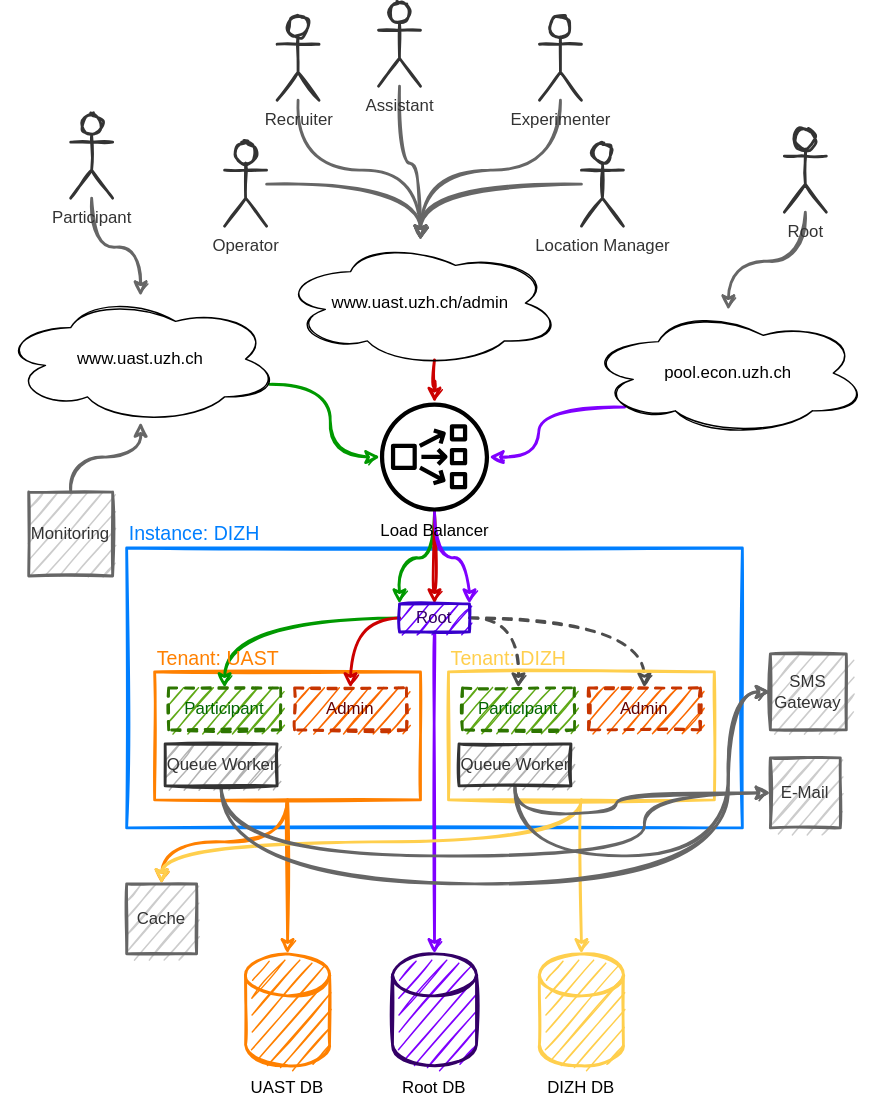
This is doc/images/overview.drawio.svg from uzh/z-pool-tool, a draw.io export, as it was before one commit. Source tidied: cells renumbered, new cells last; positions are measured from the earlier drawing's top-left corner, leaving out a move shared by most shapes.
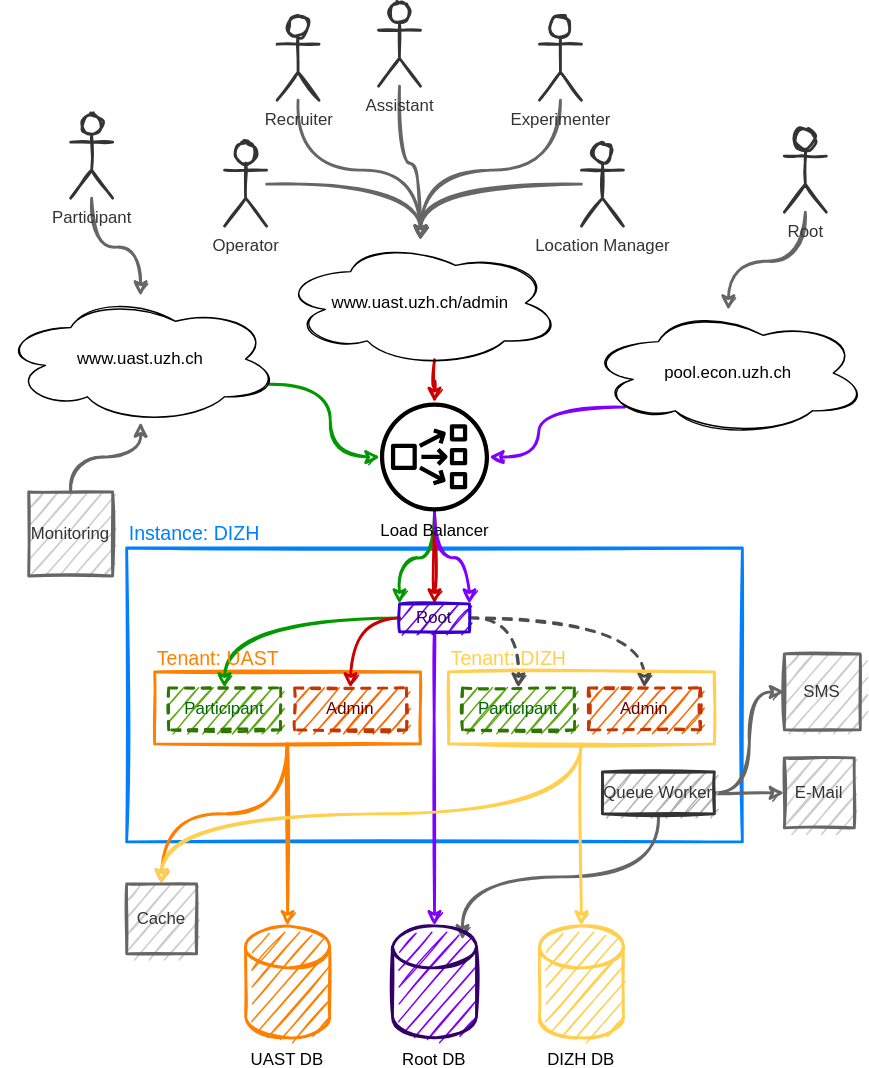
The same file after the commit.

Commit message:
extract queue worker from tenants

What changed in the source:
```diff
@@ -3,8 +3,13 @@
     <mxCell id="0" />
     <mxCell id="1" parent="0" />
     <mxCell id="2" style="rounded=0;whiteSpace=wrap;html=1;shadow=0;glass=0;sketch=1;strokeWidth=2;fillColor=none;strokeColor=#007FFF;" parent="1" vertex="1">
-      <mxGeometry x="90" y="390" width="440" height="200" as="geometry" />
+      <mxGeometry x="90" y="390" width="440" height="210" as="geometry" />
     </mxCell>
+    <mxCell id="60" style="edgeStyle=orthogonalEdgeStyle;curved=1;sketch=1;jettySize=auto;html=1;exitX=0.5;exitY=1;exitDx=0;exitDy=0;strokeColor=#666666;strokeWidth=2;" parent="1" edge="1" source="39">
+      <mxGeometry relative="1" as="geometry">
+        <mxPoint x="330" y="670" as="targetPoint" />
+      </mxGeometry>
+    </mxCell>
     <mxCell id="3" style="edgeStyle=orthogonalEdgeStyle;curved=1;rounded=0;sketch=1;jettySize=auto;html=1;exitX=0.5;exitY=1;exitDx=0;exitDy=0;fontColor=#330066;startArrow=none;startFill=0;endArrow=classic;endFill=1;strokeWidth=2;fillColor=#fa6800;strokeColor=#FF8000;" parent="1" edge="1" source="5" target="10">
       <mxGeometry relative="1" as="geometry" />
     </mxCell>
@@ -12,7 +17,7 @@
       <mxGeometry relative="1" as="geometry" />
     </mxCell>
     <mxCell id="5" style="rounded=0;whiteSpace=wrap;html=1;shadow=0;glass=0;sketch=1;strokeWidth=2;fillColor=none;strokeColor=#FF8000;noLabel=1;fontColor=none;" parent="1" vertex="1">
-      <mxGeometry x="110" y="478.6" width="190" height="91.4" as="geometry" />
+      <mxGeometry x="110" y="478.6" width="190" height="51.4" as="geometry" />
     </mxCell>
     <mxCell id="6" value="&lt;font color=&quot;#006600&quot;&gt;Participant&lt;/font&gt;" style="rounded=0;whiteSpace=wrap;html=1;sketch=1;fillColor=#60a917;align=center;dashed=1;strokeWidth=2;strokeColor=#2D7600;fontColor=#003300;" parent="1" vertex="1">
       <mxGeometry x="120" y="490" width="80" height="30" as="geometry" />
@@ -21,13 +26,13 @@
       <mxGeometry x="210" y="490" width="80" height="30" as="geometry" />
     </mxCell>
     <mxCell id="8" value="&lt;br&gt;&lt;br&gt;&lt;br&gt;&lt;br&gt;&lt;br&gt;&lt;br&gt;Root DB" style="shape=cylinder3;whiteSpace=wrap;html=1;boundedLbl=1;backgroundOutline=1;size=15;sketch=1;strokeWidth=2;align=center;fontColor=#000000;strokeColor=#330066;fillColor=#7F00FF;" parent="1" vertex="1">
-      <mxGeometry x="280" y="680" width="60" height="80" as="geometry" />
+      <mxGeometry x="280" y="660" width="60" height="80" as="geometry" />
     </mxCell>
     <mxCell id="9" value="&lt;br&gt;&lt;br&gt;&lt;br&gt;&lt;br&gt;&lt;br&gt;&lt;br&gt;DIZH DB" style="shape=cylinder3;whiteSpace=wrap;html=1;boundedLbl=1;backgroundOutline=1;size=15;sketch=1;fontColor=#000000;strokeWidth=2;align=center;fillColor=#FFCF4D;strokeColor=#FFCF4D;" parent="1" vertex="1">
-      <mxGeometry x="385" y="680" width="60" height="80" as="geometry" />
+      <mxGeometry x="385" y="660" width="60" height="80" as="geometry" />
     </mxCell>
     <mxCell id="10" value="&lt;br&gt;&lt;br&gt;&lt;br&gt;&lt;br&gt;&lt;br&gt;&lt;br&gt;UAST DB" style="shape=cylinder3;whiteSpace=wrap;html=1;boundedLbl=1;backgroundOutline=1;size=15;sketch=1;fontColor=#000000;strokeWidth=2;align=center;fillColor=#FF8000;strokeColor=#FF8000;" parent="1" vertex="1">
-      <mxGeometry x="175" y="680" width="60" height="80" as="geometry" />
+      <mxGeometry x="175" y="660" width="60" height="80" as="geometry" />
     </mxCell>
     <mxCell id="11" style="edgeStyle=orthogonalEdgeStyle;curved=1;rounded=0;sketch=1;jettySize=auto;html=1;exitX=0.55;exitY=0.95;exitDx=0;exitDy=0;exitPerimeter=0;fontColor=#330066;startArrow=none;startFill=0;endArrow=classic;endFill=1;strokeWidth=2;strokeColor=#CC0000;" parent="1" edge="1" source="12" target="34">
       <mxGeometry relative="1" as="geometry" />
@@ -87,7 +92,7 @@
       <mxGeometry relative="1" as="geometry" />
     </mxCell>
     <mxCell id="30" style="rounded=0;whiteSpace=wrap;html=1;shadow=0;glass=0;sketch=1;strokeWidth=2;noLabel=1;fontColor=#000000;fillColor=none;strokeColor=#FFCF4D;" parent="1" vertex="1">
-      <mxGeometry x="320" y="478.6" width="190" height="91.4" as="geometry" />
+      <mxGeometry x="320" y="478.6" width="190" height="51.4" as="geometry" />
     </mxCell>
     <mxCell id="31" value="&lt;font color=&quot;#006600&quot;&gt;Participant&lt;/font&gt;" style="rounded=0;whiteSpace=wrap;html=1;sketch=1;fillColor=#60a917;align=center;dashed=1;strokeWidth=2;strokeColor=#2D7600;fontColor=#003300;" parent="1" vertex="1">
       <mxGeometry x="330" y="490" width="80" height="30" as="geometry" />
@@ -101,54 +106,21 @@
     <mxCell id="34" value="Load Balancer" style="outlineConnect=0;gradientColor=none;dashed=0;verticalLabelPosition=bottom;verticalAlign=top;align=center;html=1;fontSize=12;fontStyle=0;shape=mxgraph.aws4.network_load_balancer;sketch=0;fontColor=#000000;strokeColor=none;fillColor=#000000;" parent="1" vertex="1">
       <mxGeometry x="271" y="286" width="78" height="78" as="geometry" />
     </mxCell>
-    <mxCell id="35" value="SMS Gateway" style="whiteSpace=wrap;html=1;sketch=1;strokeWidth=2;align=center;fontColor=#333333;fillColor=#CCCCCC;strokeColor=#666666;" parent="1" vertex="1">
-      <mxGeometry x="550" y="465.7" width="54.3" height="54.3" as="geometry" />
+    <mxCell id="35" value="SMS" style="whiteSpace=wrap;html=1;sketch=1;strokeWidth=2;align=center;fontColor=#333333;fillColor=#CCCCCC;strokeColor=#666666;" parent="1" vertex="1">
+      <mxGeometry x="560" y="465.7" width="54.3" height="54.3" as="geometry" />
     </mxCell>
     <mxCell id="36" value="E-Mail" style="whiteSpace=wrap;html=1;sketch=1;strokeWidth=2;align=center;fontColor=#333333;fillColor=#CCCCCC;strokeColor=#666666;" parent="1" vertex="1">
-      <mxGeometry x="550" y="540" width="50" height="50" as="geometry" />
+      <mxGeometry x="560" y="540" width="50" height="50" as="geometry" />
     </mxCell>
+    <mxCell id="38" style="edgeStyle=orthogonalEdgeStyle;curved=1;sketch=1;jettySize=auto;html=1;exitX=1;exitY=0.5;exitDx=0;exitDy=0;entryX=0;entryY=0.5;entryDx=0;entryDy=0;strokeColor=#666666;strokeWidth=2;" parent="1" edge="1" source="39" target="35">
+      <mxGeometry relative="1" as="geometry" />
+    </mxCell>
-    <mxCell id="37" style="edgeStyle=orthogonalEdgeStyle;sketch=1;jettySize=auto;html=1;exitX=0.5;exitY=1;exitDx=0;exitDy=0;fontColor=#333333;startArrow=none;startFill=0;endArrow=classic;endFill=1;strokeWidth=2;curved=1;strokeColor=#666666;" parent="1" edge="1" source="39" target="36">
-      <mxGeometry relative="1" as="geometry">
-        <Array as="points">
-          <mxPoint x="158" y="610" />
-          <mxPoint x="460" y="610" />
-          <mxPoint x="460" y="565" />
-        </Array>
-      </mxGeometry>
+    <mxCell id="37" style="edgeStyle=orthogonalEdgeStyle;curved=1;sketch=1;jettySize=auto;html=1;exitX=1;exitY=0.5;exitDx=0;exitDy=0;entryX=0;entryY=0.5;entryDx=0;entryDy=0;strokeColor=#666666;strokeWidth=2;" parent="1" edge="1" source="39" target="36">
+      <mxGeometry relative="1" as="geometry" />
     </mxCell>
-    <mxCell id="38" style="edgeStyle=orthogonalEdgeStyle;curved=1;sketch=1;jettySize=auto;html=1;exitX=0.5;exitY=1;exitDx=0;exitDy=0;entryX=0;entryY=0.5;entryDx=0;entryDy=0;fontColor=#333333;startArrow=none;startFill=0;endArrow=classic;endFill=1;strokeColor=#666666;strokeWidth=2;" parent="1" edge="1" source="39" target="35">
-      <mxGeometry relative="1" as="geometry">
-        <Array as="points">
-          <mxPoint x="158" y="630" />
-          <mxPoint x="520" y="630" />
-          <mxPoint x="520" y="493" />
-        </Array>
-      </mxGeometry>
-    </mxCell>
     <mxCell id="39" value="&lt;font&gt;Queue Worker&lt;/font&gt;" style="rounded=0;whiteSpace=wrap;html=1;sketch=1;align=center;strokeWidth=2;strokeColor=#333333;fillColor=#B3B3B3;fontColor=#333333;" parent="1" vertex="1">
-      <mxGeometry x="117.5" y="530" width="80" height="30" as="geometry" />
+      <mxGeometry x="430" y="550" width="80" height="30" as="geometry" />
     </mxCell>
-    <mxCell id="40" style="edgeStyle=orthogonalEdgeStyle;curved=1;sketch=1;jettySize=auto;html=1;exitX=0.5;exitY=1;exitDx=0;exitDy=0;entryX=0;entryY=0.5;entryDx=0;entryDy=0;fontColor=#333333;startArrow=none;startFill=0;endArrow=classic;endFill=1;strokeColor=#666666;strokeWidth=2;" parent="1" edge="1" source="42" target="36">
-      <mxGeometry relative="1" as="geometry">
-        <Array as="points">
-          <mxPoint x="368" y="580" />
-          <mxPoint x="440" y="580" />
-          <mxPoint x="440" y="565" />
-        </Array>
-      </mxGeometry>
-    </mxCell>
-    <mxCell id="41" style="edgeStyle=orthogonalEdgeStyle;curved=1;sketch=1;jettySize=auto;html=1;exitX=0.5;exitY=1;exitDx=0;exitDy=0;entryX=0;entryY=0.5;entryDx=0;entryDy=0;fontColor=#333333;startArrow=none;startFill=0;endArrow=classic;endFill=1;strokeColor=#666666;strokeWidth=2;" parent="1" edge="1" source="42" target="35">
-      <mxGeometry relative="1" as="geometry">
-        <Array as="points">
-          <mxPoint x="368" y="610" />
-          <mxPoint x="520" y="610" />
-          <mxPoint x="520" y="493" />
-        </Array>
-      </mxGeometry>
-    </mxCell>
-    <mxCell id="42" value="&lt;font&gt;Queue Worker&lt;/font&gt;" style="rounded=0;whiteSpace=wrap;html=1;sketch=1;align=center;strokeWidth=2;strokeColor=#333333;fillColor=#B3B3B3;fontColor=#333333;" parent="1" vertex="1">
-      <mxGeometry x="327.5" y="530" width="80" height="30" as="geometry" />
-    </mxCell>
     <mxCell id="43" value="Cache" style="whiteSpace=wrap;html=1;sketch=1;strokeWidth=2;align=center;fontColor=#333333;fillColor=#CCCCCC;strokeColor=#666666;" parent="1" vertex="1">
       <mxGeometry x="90" y="630" width="50" height="50" as="geometry" />
     </mxCell>
@@ -200,5 +172,8 @@
     <mxCell id="59" value="Monitoring" style="whiteSpace=wrap;html=1;sketch=1;strokeWidth=2;align=center;fontColor=#333333;fillColor=#CCCCCC;strokeColor=#666666;" parent="1" vertex="1">
       <mxGeometry x="20" y="350" width="60" height="60" as="geometry" />
     </mxCell>
+    <mxCell id="61" style="edgeStyle=orthogonalEdgeStyle;curved=1;sketch=1;orthogonalLoop=1;jettySize=auto;html=1;exitX=0.5;exitY=1;exitDx=0;exitDy=0;strokeColor=#666666;strokeWidth=2;" parent="1" edge="1" source="30" target="30">
+      <mxGeometry relative="1" as="geometry" />
+    </mxCell>
   </root>
 </mxGraphModel>
```
